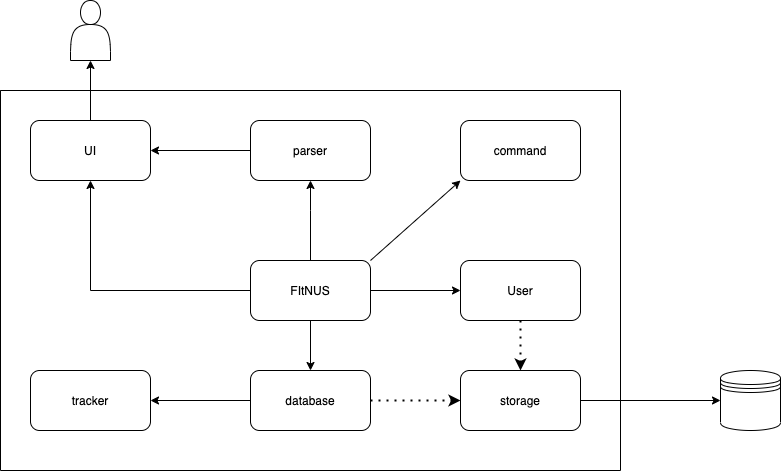
Earlier version of the draw.io export docs/diagrams-DG/overall architecture.png (praj-bellakka/tp). Source tidied: cells renumbered, new cells last; positions are measured from the earlier drawing's top-left corner, leaving out a move shared by most shapes. The source it was exported from:
```xml
<mxGraphModel>
  <root>
    <mxCell id="0" />
    <mxCell id="1" parent="0" />
    <mxCell id="2" style="swimlane;startSize=0;" parent="1" vertex="1">
      <mxGeometry y="90" width="620" height="380" as="geometry" />
    </mxCell>
    <mxCell id="3" value="UI" style="rounded=1;whiteSpace=wrap;html=1;" parent="2" vertex="1">
      <mxGeometry x="30" y="30" width="120" height="60" as="geometry" />
    </mxCell>
    <mxCell id="4" style="edgeStyle=none;rounded=0;jettySize=auto;html=1;exitX=0;exitY=0.5;exitDx=0;exitDy=0;" parent="2" edge="1" source="5" target="14">
      <mxGeometry relative="1" as="geometry" />
    </mxCell>
    <mxCell id="5" value="database" style="rounded=1;whiteSpace=wrap;html=1;" parent="2" vertex="1">
      <mxGeometry x="250" y="280" width="120" height="60" as="geometry" />
    </mxCell>
    <mxCell id="6" style="edgeStyle=orthogonalEdgeStyle;rounded=0;jettySize=auto;html=1;entryX=1;entryY=0.5;entryDx=0;entryDy=0;" parent="2" edge="1" source="7" target="3">
      <mxGeometry relative="1" as="geometry" />
    </mxCell>
    <mxCell id="7" value="parser" style="rounded=1;whiteSpace=wrap;html=1;" parent="2" vertex="1">
      <mxGeometry x="250" y="30" width="120" height="60" as="geometry" />
    </mxCell>
    <mxCell id="8" style="edgeStyle=orthogonalEdgeStyle;rounded=0;jettySize=auto;html=1;entryX=0.5;entryY=1;entryDx=0;entryDy=0;" parent="2" edge="1" source="13" target="3">
      <mxGeometry relative="1" as="geometry" />
    </mxCell>
    <mxCell id="9" style="edgeStyle=orthogonalEdgeStyle;rounded=0;jettySize=auto;html=1;entryX=0.5;entryY=1;entryDx=0;entryDy=0;" parent="2" edge="1" source="13" target="7">
      <mxGeometry relative="1" as="geometry">
        <Array as="points">
          <mxPoint x="310" y="120" />
          <mxPoint x="310" y="120" />
        </Array>
      </mxGeometry>
    </mxCell>
    <mxCell id="10" style="edgeStyle=none;rounded=0;jettySize=auto;html=1;exitX=0.5;exitY=1;exitDx=0;exitDy=0;entryX=0.5;entryY=0;entryDx=0;entryDy=0;" parent="2" edge="1" source="13" target="5">
      <mxGeometry relative="1" as="geometry" />
    </mxCell>
    <mxCell id="11" style="edgeStyle=none;rounded=0;jettySize=auto;html=1;exitX=1;exitY=0;exitDx=0;exitDy=0;entryX=0;entryY=1;entryDx=0;entryDy=0;" parent="2" edge="1" source="13" target="18">
      <mxGeometry relative="1" as="geometry" />
    </mxCell>
    <mxCell id="12" style="edgeStyle=none;rounded=0;jettySize=auto;html=1;exitX=1;exitY=0.5;exitDx=0;exitDy=0;entryX=0;entryY=0.5;entryDx=0;entryDy=0;" parent="2" edge="1" source="13" target="20">
      <mxGeometry relative="1" as="geometry" />
    </mxCell>
    <mxCell id="13" value="FItNUS" style="rounded=1;whiteSpace=wrap;html=1;" parent="2" vertex="1">
      <mxGeometry x="250" y="170" width="120" height="60" as="geometry" />
    </mxCell>
    <mxCell id="14" value="tracker" style="rounded=1;whiteSpace=wrap;html=1;" parent="2" vertex="1">
      <mxGeometry x="30" y="280" width="120" height="60" as="geometry" />
    </mxCell>
    <mxCell id="15" value="storage" style="rounded=1;whiteSpace=wrap;html=1;" parent="2" vertex="1">
      <mxGeometry x="460" y="280" width="120" height="60" as="geometry" />
    </mxCell>
    <mxCell id="16" style="endArrow=true;dashed=1;html=1;dashPattern=1 3;strokeWidth=2;rounded=0;elbow=vertical;endArrow=classic;exitX=1;exitY=0.5;exitDx=0;exitDy=0;entryX=0;entryY=0.5;entryDx=0;entryDy=0;" parent="2" edge="1" source="5" target="15">
      <mxGeometry relative="1" as="geometry" />
    </mxCell>
    <mxCell id="17" style="edgeStyle=none;rounded=0;orthogonalLoop=1;jettySize=auto;html=1;exitX=0.5;exitY=1;exitDx=0;exitDy=0;" parent="2" edge="1" source="5" target="5">
      <mxGeometry relative="1" as="geometry" />
    </mxCell>
    <mxCell id="18" value="command" style="rounded=1;whiteSpace=wrap;html=1;" parent="2" vertex="1">
      <mxGeometry x="460" y="30" width="120" height="60" as="geometry" />
    </mxCell>
    <mxCell id="19" style="dashed=1;html=1;dashPattern=1 3;strokeWidth=2;edgeStyle=none;rounded=0;jettySize=auto;html=1;entryX=0.5;entryY=0;entryDx=0;entryDy=0;" parent="2" edge="1" source="20" target="15">
      <mxGeometry relative="1" as="geometry" />
    </mxCell>
    <mxCell id="20" value="User" style="rounded=1;whiteSpace=wrap;html=1;" parent="2" vertex="1">
      <mxGeometry x="460" y="170" width="120" height="60" as="geometry" />
    </mxCell>
    <mxCell id="21" style="shape=datastore;whiteSpace=wrap;html=1;" parent="1" vertex="1">
      <mxGeometry x="720" y="370" width="60" height="60" as="geometry" />
    </mxCell>
    <mxCell id="22" style="edgeStyle=none;rounded=0;jettySize=auto;html=1;exitX=1;exitY=0.5;exitDx=0;exitDy=0;entryX=0;entryY=0.5;entryDx=0;entryDy=0;" parent="1" edge="1" source="15" target="21">
      <mxGeometry relative="1" as="geometry" />
    </mxCell>
    <mxCell id="23" style="shape=actor;whiteSpace=wrap;html=1;" parent="1" vertex="1">
      <mxGeometry x="70" width="40" height="60" as="geometry" />
    </mxCell>
    <mxCell id="24" style="edgeStyle=none;rounded=0;jettySize=auto;html=1;exitX=0.5;exitY=0;exitDx=0;exitDy=0;entryX=0.5;entryY=1;entryDx=0;entryDy=0;" parent="1" edge="1" source="3" target="23">
      <mxGeometry relative="1" as="geometry" />
    </mxCell>
  </root>
</mxGraphModel>
```
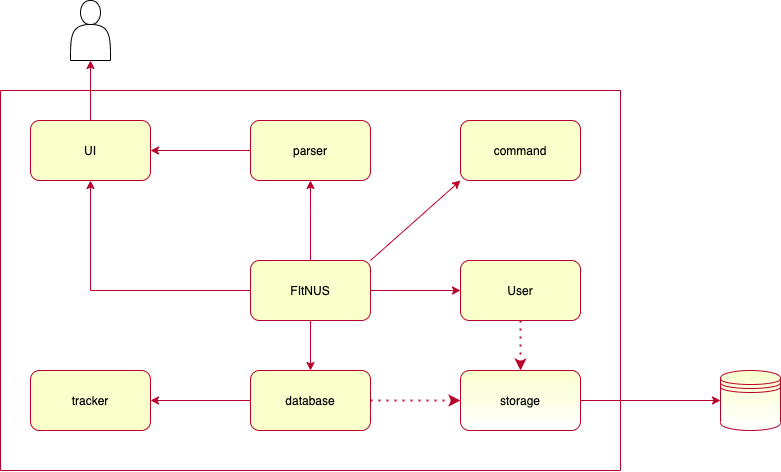
The same file after the commit.

What changed in the source:
```diff
@@ -2,28 +2,28 @@
   <root>
     <mxCell id="0" />
     <mxCell id="1" parent="0" />
-    <mxCell id="2" style="swimlane;startSize=0;" parent="1" vertex="1">
+    <mxCell id="2" style="swimlane;startSize=0;strokeColor=#b9002b;" parent="1" vertex="1">
       <mxGeometry y="90" width="620" height="380" as="geometry" />
     </mxCell>
-    <mxCell id="3" value="UI" style="rounded=1;whiteSpace=wrap;html=1;" parent="2" vertex="1">
+    <mxCell id="3" value="UI" style="rounded=1;whiteSpace=wrap;html=1;strokeColor=#b9002b;fillColor=#fbffcc;" parent="2" vertex="1">
       <mxGeometry x="30" y="30" width="120" height="60" as="geometry" />
     </mxCell>
-    <mxCell id="4" style="edgeStyle=none;rounded=0;jettySize=auto;html=1;exitX=0;exitY=0.5;exitDx=0;exitDy=0;" parent="2" edge="1" source="5" target="14">
+    <mxCell id="4" style="edgeStyle=none;rounded=0;jettySize=auto;html=1;exitX=0;exitY=0.5;exitDx=0;exitDy=0;strokeColor=#b9002b;" parent="2" edge="1" source="5" target="14">
       <mxGeometry relative="1" as="geometry" />
     </mxCell>
-    <mxCell id="5" value="database" style="rounded=1;whiteSpace=wrap;html=1;" parent="2" vertex="1">
+    <mxCell id="5" value="database" style="rounded=1;whiteSpace=wrap;html=1;strokeColor=#b9002b;fillColor=#fbffcc;" parent="2" vertex="1">
       <mxGeometry x="250" y="280" width="120" height="60" as="geometry" />
     </mxCell>
-    <mxCell id="6" style="edgeStyle=orthogonalEdgeStyle;rounded=0;jettySize=auto;html=1;entryX=1;entryY=0.5;entryDx=0;entryDy=0;" parent="2" edge="1" source="7" target="3">
+    <mxCell id="6" style="edgeStyle=orthogonalEdgeStyle;rounded=0;jettySize=auto;html=1;entryX=1;entryY=0.5;entryDx=0;entryDy=0;strokeColor=#b9002b;" parent="2" edge="1" source="7" target="3">
       <mxGeometry relative="1" as="geometry" />
     </mxCell>
-    <mxCell id="7" value="parser" style="rounded=1;whiteSpace=wrap;html=1;" parent="2" vertex="1">
+    <mxCell id="7" value="parser" style="rounded=1;whiteSpace=wrap;html=1;strokeColor=#b9002b;fillColor=#fbffcc;" parent="2" vertex="1">
       <mxGeometry x="250" y="30" width="120" height="60" as="geometry" />
     </mxCell>
-    <mxCell id="8" style="edgeStyle=orthogonalEdgeStyle;rounded=0;jettySize=auto;html=1;entryX=0.5;entryY=1;entryDx=0;entryDy=0;" parent="2" edge="1" source="13" target="3">
+    <mxCell id="8" style="edgeStyle=orthogonalEdgeStyle;rounded=0;jettySize=auto;html=1;entryX=0.5;entryY=1;entryDx=0;entryDy=0;strokeColor=#b9002b;" parent="2" edge="1" source="13" target="3">
       <mxGeometry relative="1" as="geometry" />
     </mxCell>
-    <mxCell id="9" style="edgeStyle=orthogonalEdgeStyle;rounded=0;jettySize=auto;html=1;entryX=0.5;entryY=1;entryDx=0;entryDy=0;" parent="2" edge="1" source="13" target="7">
+    <mxCell id="9" style="edgeStyle=orthogonalEdgeStyle;rounded=0;jettySize=auto;html=1;entryX=0.5;entryY=1;entryDx=0;entryDy=0;strokeColor=#b9002b;" parent="2" edge="1" source="13" target="7">
       <mxGeometry relative="1" as="geometry">
         <Array as="points">
           <mxPoint x="310" y="120" />
@@ -31,49 +31,49 @@
         </Array>
       </mxGeometry>
     </mxCell>
-    <mxCell id="10" style="edgeStyle=none;rounded=0;jettySize=auto;html=1;exitX=0.5;exitY=1;exitDx=0;exitDy=0;entryX=0.5;entryY=0;entryDx=0;entryDy=0;" parent="2" edge="1" source="13" target="5">
+    <mxCell id="10" style="edgeStyle=none;rounded=0;jettySize=auto;html=1;exitX=0.5;exitY=1;exitDx=0;exitDy=0;entryX=0.5;entryY=0;entryDx=0;entryDy=0;strokeColor=#b9002b;" parent="2" edge="1" source="13" target="5">
       <mxGeometry relative="1" as="geometry" />
     </mxCell>
-    <mxCell id="11" style="edgeStyle=none;rounded=0;jettySize=auto;html=1;exitX=1;exitY=0;exitDx=0;exitDy=0;entryX=0;entryY=1;entryDx=0;entryDy=0;" parent="2" edge="1" source="13" target="18">
+    <mxCell id="11" style="edgeStyle=none;rounded=0;jettySize=auto;html=1;exitX=1;exitY=0;exitDx=0;exitDy=0;entryX=0;entryY=1;entryDx=0;entryDy=0;strokeColor=#b9002b;" parent="2" edge="1" source="13" target="18">
       <mxGeometry relative="1" as="geometry" />
     </mxCell>
-    <mxCell id="12" style="edgeStyle=none;rounded=0;jettySize=auto;html=1;exitX=1;exitY=0.5;exitDx=0;exitDy=0;entryX=0;entryY=0.5;entryDx=0;entryDy=0;" parent="2" edge="1" source="13" target="20">
+    <mxCell id="12" style="edgeStyle=none;rounded=0;jettySize=auto;html=1;exitX=1;exitY=0.5;exitDx=0;exitDy=0;entryX=0;entryY=0.5;entryDx=0;entryDy=0;strokeColor=#b9002b;" parent="2" edge="1" source="13" target="20">
       <mxGeometry relative="1" as="geometry" />
     </mxCell>
-    <mxCell id="13" value="FItNUS" style="rounded=1;whiteSpace=wrap;html=1;" parent="2" vertex="1">
+    <mxCell id="13" value="FItNUS" style="rounded=1;whiteSpace=wrap;html=1;strokeColor=#b9002b;fillColor=#fbffcc;" parent="2" vertex="1">
       <mxGeometry x="250" y="170" width="120" height="60" as="geometry" />
     </mxCell>
-    <mxCell id="14" value="tracker" style="rounded=1;whiteSpace=wrap;html=1;" parent="2" vertex="1">
+    <mxCell id="14" value="tracker" style="rounded=1;whiteSpace=wrap;html=1;strokeColor=#b9002b;fillColor=#fbffcc;" parent="2" vertex="1">
       <mxGeometry x="30" y="280" width="120" height="60" as="geometry" />
     </mxCell>
-    <mxCell id="15" value="storage" style="rounded=1;whiteSpace=wrap;html=1;" parent="2" vertex="1">
+    <mxCell id="15" value="storage" style="rounded=1;whiteSpace=wrap;html=1;strokeColor=#b9002b;gradientColor=#ffffff;fillColor=#fbffcc;" parent="2" vertex="1">
       <mxGeometry x="460" y="280" width="120" height="60" as="geometry" />
     </mxCell>
-    <mxCell id="16" style="endArrow=true;dashed=1;html=1;dashPattern=1 3;strokeWidth=2;rounded=0;elbow=vertical;endArrow=classic;exitX=1;exitY=0.5;exitDx=0;exitDy=0;entryX=0;entryY=0.5;entryDx=0;entryDy=0;" parent="2" edge="1" source="5" target="15">
+    <mxCell id="16" style="endArrow=true;dashed=1;html=1;dashPattern=1 3;strokeWidth=2;rounded=0;elbow=vertical;endArrow=classic;exitX=1;exitY=0.5;exitDx=0;exitDy=0;entryX=0;entryY=0.5;entryDx=0;entryDy=0;strokeColor=#b9002b;" parent="2" edge="1" source="5" target="15">
       <mxGeometry relative="1" as="geometry" />
     </mxCell>
     <mxCell id="17" style="edgeStyle=none;rounded=0;orthogonalLoop=1;jettySize=auto;html=1;exitX=0.5;exitY=1;exitDx=0;exitDy=0;" parent="2" edge="1" source="5" target="5">
       <mxGeometry relative="1" as="geometry" />
     </mxCell>
-    <mxCell id="18" value="command" style="rounded=1;whiteSpace=wrap;html=1;" parent="2" vertex="1">
+    <mxCell id="18" value="command" style="rounded=1;whiteSpace=wrap;html=1;strokeColor=#b9002b;fillColor=#fbffcc;" parent="2" vertex="1">
       <mxGeometry x="460" y="30" width="120" height="60" as="geometry" />
     </mxCell>
-    <mxCell id="19" style="dashed=1;html=1;dashPattern=1 3;strokeWidth=2;edgeStyle=none;rounded=0;jettySize=auto;html=1;entryX=0.5;entryY=0;entryDx=0;entryDy=0;" parent="2" edge="1" source="20" target="15">
+    <mxCell id="19" style="dashed=1;html=1;dashPattern=1 3;strokeWidth=2;edgeStyle=none;rounded=0;jettySize=auto;html=1;entryX=0.5;entryY=0;entryDx=0;entryDy=0;strokeColor=#b9002b;" parent="2" edge="1" source="20" target="15">
       <mxGeometry relative="1" as="geometry" />
     </mxCell>
-    <mxCell id="20" value="User" style="rounded=1;whiteSpace=wrap;html=1;" parent="2" vertex="1">
+    <mxCell id="20" value="User" style="rounded=1;whiteSpace=wrap;html=1;strokeColor=#b9002b;fillColor=#fbffcc;" parent="2" vertex="1">
       <mxGeometry x="460" y="170" width="120" height="60" as="geometry" />
     </mxCell>
-    <mxCell id="21" style="shape=datastore;whiteSpace=wrap;html=1;" parent="1" vertex="1">
+    <mxCell id="21" style="shape=datastore;whiteSpace=wrap;html=1;strokeColor=#b9002b;gradientColor=#ffffff;fillColor=#fbffcc;" parent="1" vertex="1">
       <mxGeometry x="720" y="370" width="60" height="60" as="geometry" />
     </mxCell>
-    <mxCell id="22" style="edgeStyle=none;rounded=0;jettySize=auto;html=1;exitX=1;exitY=0.5;exitDx=0;exitDy=0;entryX=0;entryY=0.5;entryDx=0;entryDy=0;" parent="1" edge="1" source="15" target="21">
+    <mxCell id="22" style="edgeStyle=none;rounded=0;jettySize=auto;html=1;exitX=1;exitY=0.5;exitDx=0;exitDy=0;entryX=0;entryY=0.5;entryDx=0;entryDy=0;strokeColor=#b9002b;" parent="1" edge="1" source="15" target="21">
       <mxGeometry relative="1" as="geometry" />
     </mxCell>
     <mxCell id="23" style="shape=actor;whiteSpace=wrap;html=1;" parent="1" vertex="1">
       <mxGeometry x="70" width="40" height="60" as="geometry" />
     </mxCell>
-    <mxCell id="24" style="edgeStyle=none;rounded=0;jettySize=auto;html=1;exitX=0.5;exitY=0;exitDx=0;exitDy=0;entryX=0.5;entryY=1;entryDx=0;entryDy=0;" parent="1" edge="1" source="3" target="23">
+    <mxCell id="24" style="edgeStyle=none;rounded=0;jettySize=auto;html=1;exitX=0.5;exitY=0;exitDx=0;exitDy=0;entryX=0.5;entryY=1;entryDx=0;entryDy=0;strokeColor=#b9002b;" parent="1" edge="1" source="3" target="23">
       <mxGeometry relative="1" as="geometry" />
     </mxCell>
   </root>
```
